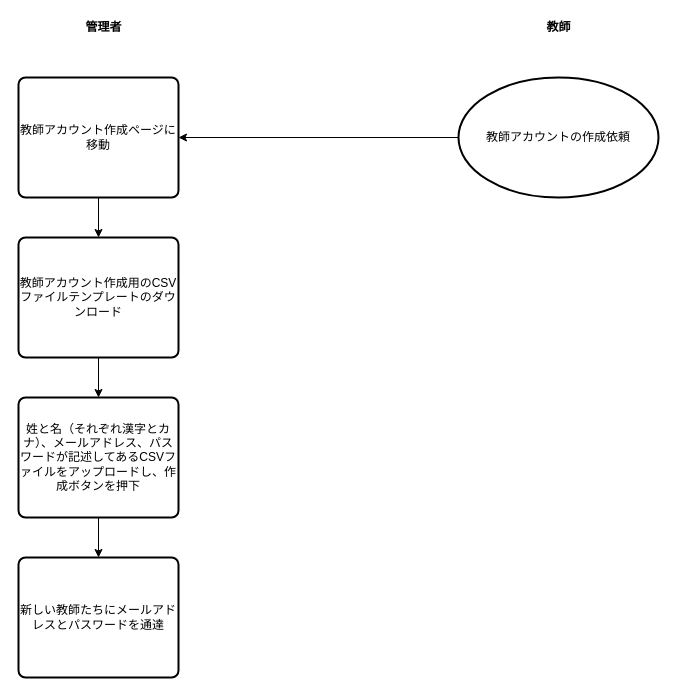
Earlier version of the draw.io diagram page "教員用アカウントの作成（CSV）" (4 of 18) of documents/JHM-2023_ER.drawio (cntn-jr/JHM-2023). Source tidied: cells renumbered, new cells numbered last; positions are measured from the earlier drawing's top-left corner, leaving out a move shared by most shapes. Both pictures are drawn from the tidied source at 100%, with x=0, y=0 at pixel (18, 17).
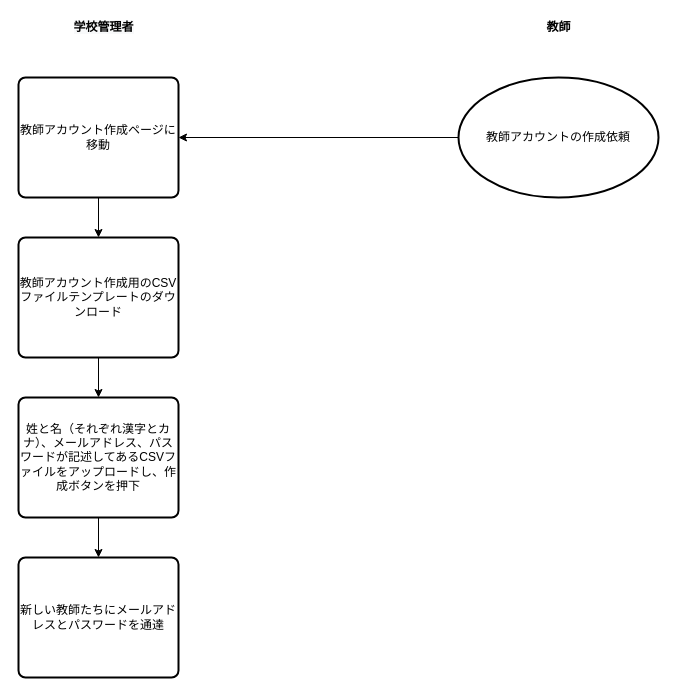
Above is the later version.

The edit, as a diff of the source:
```diff
@@
 <mxGraphModel>
   <root>
     <mxCell id="0" />
     <mxCell id="1" parent="0" />
-    <mxCell id="2" value="&lt;b&gt;管理者&lt;/b&gt;" style="text;html=1;align=center;verticalAlign=middle;strokeColor=none;fillColor=none;" parent="1" vertex="1">
-      <mxGeometry x="60" width="50" height="20" as="geometry" />
+    <mxCell id="2" value="&lt;b style=&quot;color: rgb(0, 0, 0); font-family: Helvetica; font-size: 12px; font-style: normal; font-variant-ligatures: normal; font-variant-caps: normal; letter-spacing: normal; orphans: 2; text-align: center; text-indent: 0px; text-transform: none; widows: 2; word-spacing: 0px; -webkit-text-stroke-width: 0px; background-color: rgb(248, 249, 250); text-decoration-thickness: initial; text-decoration-style: initial; text-decoration-color: initial;&quot;&gt;学校管理者&lt;/b&gt;" style="text;html=1;align=center;verticalAlign=middle;strokeColor=none;fillColor=none;" parent="1" vertex="1">
+      <mxGeometry x="45" width="80" height="20" as="geometry" />
     </mxCell>
     <mxCell id="3" value="&lt;b&gt;教師&lt;/b&gt;" style="text;html=1;align=center;verticalAlign=middle;strokeColor=none;fillColor=none;" parent="1" vertex="1">
       <mxGeometry x="520" width="40" height="20" as="geometry" />
     </mxCell>
     <mxCell id="4" style="edgeStyle=orthogonalEdgeStyle;rounded=0;jettySize=auto;html=1;" parent="1" edge="1" source="5" target="7">
       <mxGeometry relative="1" as="geometry" />
     </mxCell>
     <mxCell id="5" value="教師アカウントの作成依頼" style="strokeWidth=2;html=1;shape=mxgraph.flowchart.start_1;whiteSpace=wrap;" parent="1" vertex="1">
       <mxGeometry x="440" y="60" width="200" height="120" as="geometry" />
     </mxCell>
     <mxCell id="6" style="edgeStyle=orthogonalEdgeStyle;rounded=0;jettySize=auto;html=1;" parent="1" edge="1" source="7" target="12">
       <mxGeometry relative="1" as="geometry" />
     </mxCell>
     <mxCell id="7" value="教師アカウント作成ページに移動" style="rounded=1;whiteSpace=wrap;html=1;absoluteArcSize=1;arcSize=14;strokeWidth=2;" parent="1" vertex="1">
       <mxGeometry y="60" width="160" height="120" as="geometry" />
     </mxCell>
     <mxCell id="8" style="edgeStyle=orthogonalEdgeStyle;rounded=0;jettySize=auto;html=1;" parent="1" edge="1" source="9" target="10">
       <mxGeometry relative="1" as="geometry" />
     </mxCell>
     <mxCell id="9" value="姓と名（それぞれ漢字とカナ）、メールアドレス、パスワードが記述してあるCSVファイルをアップロードし、作成ボタンを押下" style="rounded=1;whiteSpace=wrap;html=1;absoluteArcSize=1;arcSize=14;strokeWidth=2;" parent="1" vertex="1">
       <mxGeometry y="380" width="160" height="120" as="geometry" />
     </mxCell>
     <mxCell id="10" value="新しい教師たちにメールアドレスとパスワードを通達" style="rounded=1;whiteSpace=wrap;html=1;absoluteArcSize=1;arcSize=14;strokeWidth=2;" parent="1" vertex="1">
       <mxGeometry y="540" width="160" height="120" as="geometry" />
     </mxCell>
     <mxCell id="11" style="edgeStyle=orthogonalEdgeStyle;rounded=0;jettySize=auto;html=1;" parent="1" edge="1" source="12" target="9">
       <mxGeometry relative="1" as="geometry" />
     </mxCell>
     <mxCell id="12" value="教師アカウント作成用のCSVファイルテンプレートのダウンロード" style="rounded=1;whiteSpace=wrap;html=1;absoluteArcSize=1;arcSize=14;strokeWidth=2;" parent="1" vertex="1">
       <mxGeometry y="220" width="160" height="120" as="geometry" />
     </mxCell>
   </root>
 </mxGraphModel>
```
